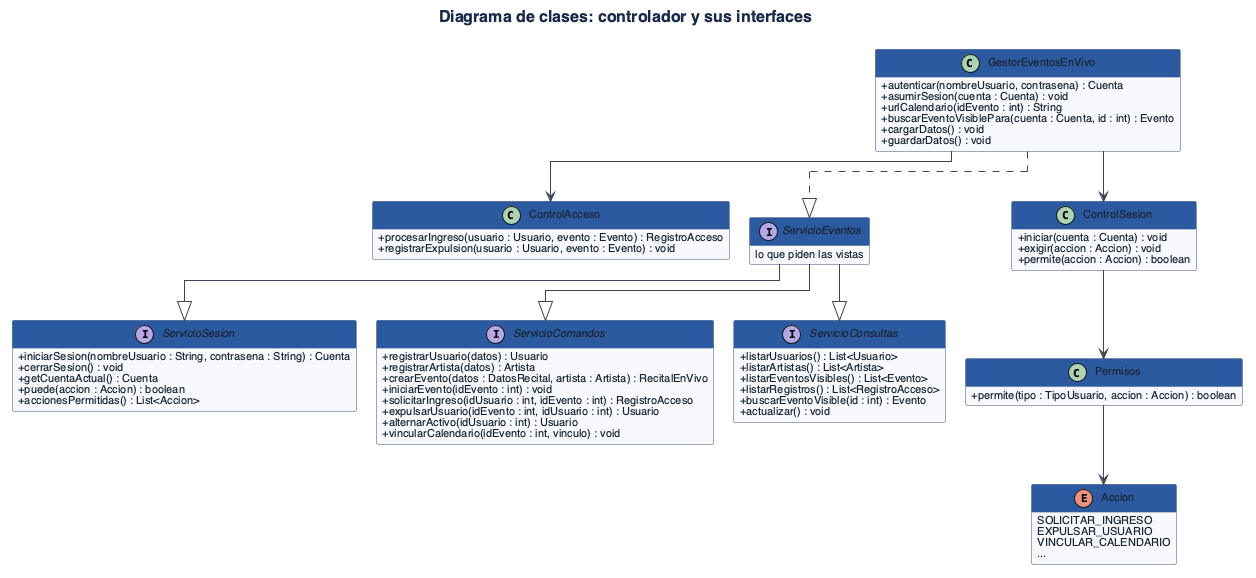
The PlantUML diagram TP/Grupo9_POO_Diagramas_Pdf/imagenes/clases-controlador.png in lferraro1103/Proceso-de-desarrollo-de-sosftware, before a commit.
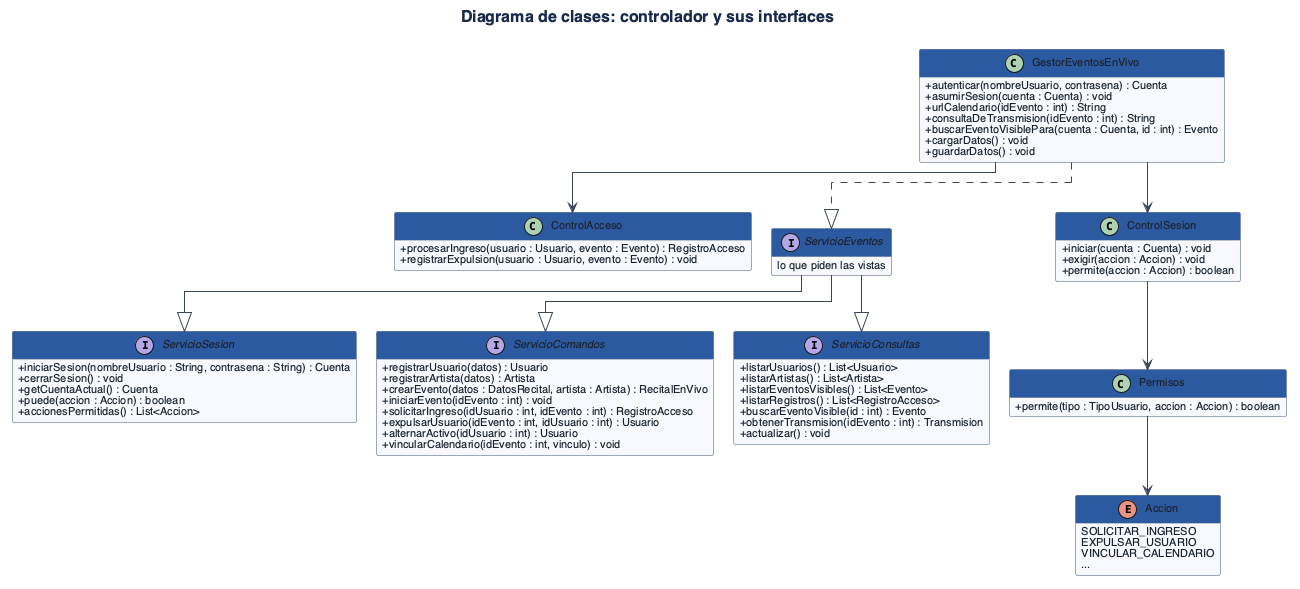
After the change.

Change to the diagram source:
```diff
@@ -20,6 +20,7 @@
   +listarEventosVisibles() : List<Evento>
   +listarRegistros() : List<RegistroAcceso>
   +buscarEventoVisible(id : int) : Evento
+  +obtenerTransmision(idEvento : int) : Transmision
   +actualizar() : void
 }
 
@@ -38,6 +39,7 @@
   +autenticar(nombreUsuario, contrasena) : Cuenta
   +asumirSesion(cuenta : Cuenta) : void
   +urlCalendario(idEvento : int) : String
+  +consultaDeTransmision(idEvento : int) : String
   +buscarEventoVisiblePara(cuenta : Cuenta, id : int) : Evento
   +cargarDatos() : void
   +guardarDatos() : void
```
